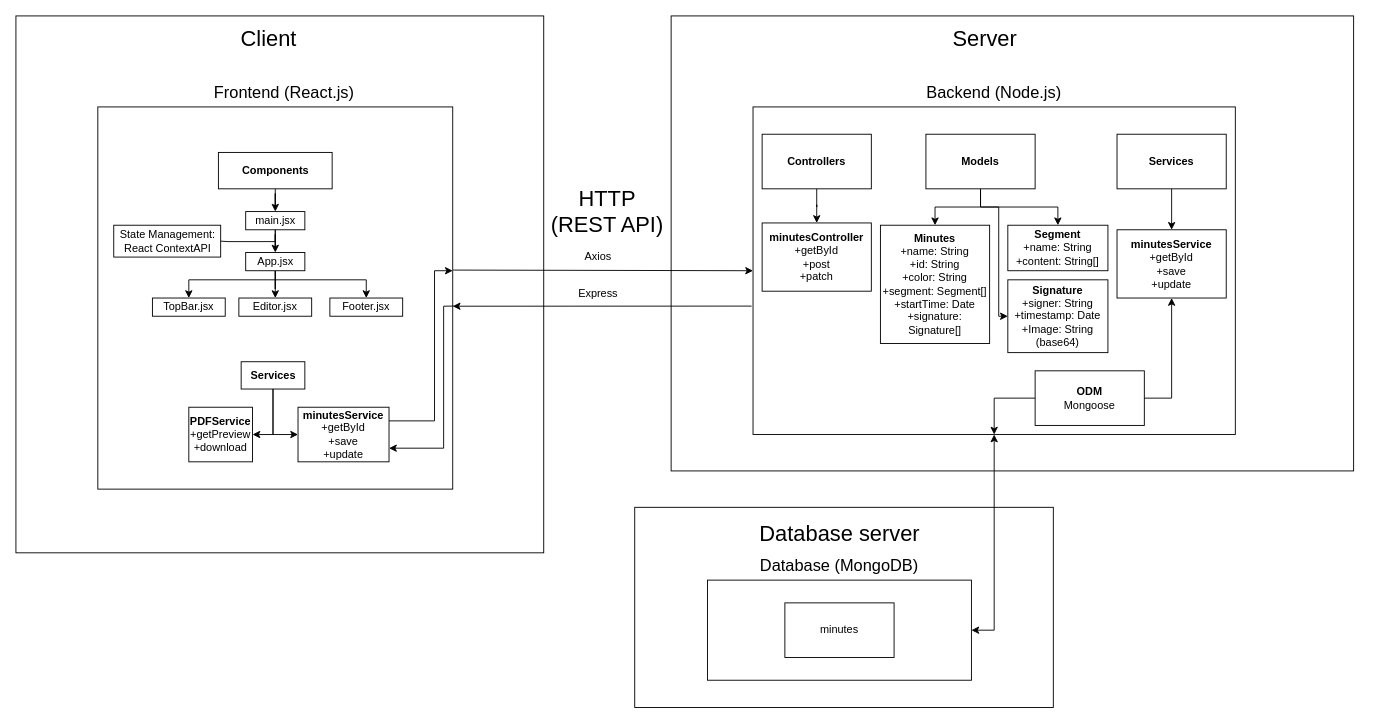
tablebook/tablebook keeps this draw.io diagram as documentation/table_book_architecture.drawio. Above is the earlier version. Source tidied: cells renumbered, new cells numbered last; positions are measured from the earlier drawing's top-left corner, leaving out a move shared by most shapes. Both pictures are drawn from the tidied source at 91%, with x=0, y=0 at pixel (15, 15).
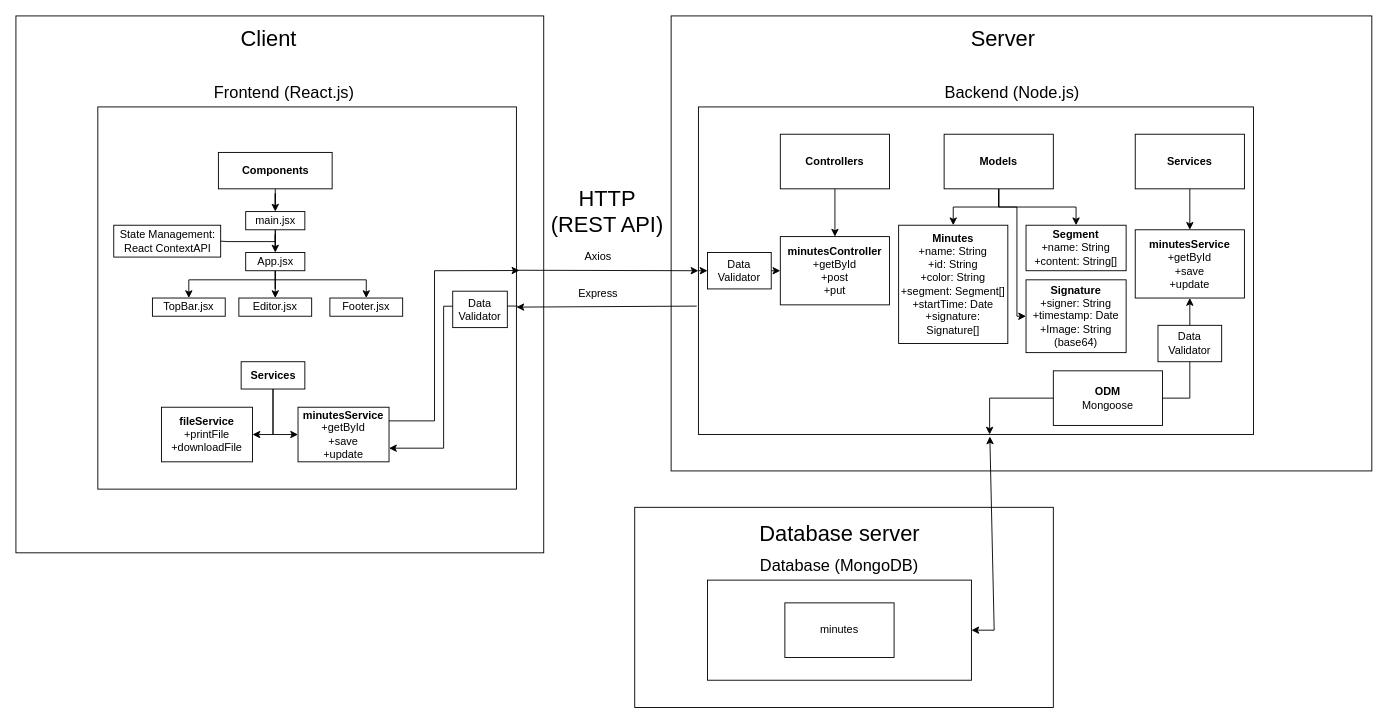
Above is the later version.

Commit message (it also covers changes not shown here):
Updated architecture chart and created a new image

The change refers to these unchanged cells:
```xml
<mxCell id="8" style="rounded=0;whiteSpace=wrap;html=1;" parent="1" vertex="1">
  <mxGeometry x="760" y="620" width="290" height="110" as="geometry" />
</mxCell>
<mxCell id="33" value="&lt;b&gt;minutesService&lt;br&gt;&lt;/b&gt;+getById&lt;br&gt;+save&lt;br&gt;+update" style="rounded=0;whiteSpace=wrap;html=1;" parent="1" vertex="1">
  <mxGeometry x="310" y="430" width="100" height="60" as="geometry" />
</mxCell>
```

Diff of the diagram source:
```diff
@@
     <mxCell id="3" style="rounded=0;whiteSpace=wrap;html=1;" parent="1" vertex="1">
-      <mxGeometry x="720" width="750" height="500" as="geometry" />
+      <mxGeometry x="720" width="770" height="500" as="geometry" />
     </mxCell>
@@
     <mxCell id="6" style="rounded=0;whiteSpace=wrap;html=1;" parent="1" vertex="1">
-      <mxGeometry x="90" y="100" width="390" height="420" as="geometry" />
+      <mxGeometry x="90" y="100" width="460" height="420" as="geometry" />
     </mxCell>
     <mxCell id="7" style="rounded=0;whiteSpace=wrap;html=1;" parent="1" vertex="1">
-      <mxGeometry x="810" y="100" width="530" height="360" as="geometry" />
+      <mxGeometry x="750" y="100" width="610" height="360" as="geometry" />
     </mxCell>
@@
     <mxCell id="10" value="Backend (Node.js)" style="text;html=1;strokeColor=none;fillColor=none;align=center;verticalAlign=middle;whiteSpace=wrap;rounded=0;fontSize=18;" parent="1" vertex="1">
-      <mxGeometry x="810" y="70" width="530" height="30" as="geometry" />
+      <mxGeometry x="830" y="70" width="530" height="30" as="geometry" />
     </mxCell>
@@
     <mxCell id="16" value="Controllers" style="rounded=0;whiteSpace=wrap;html=1;fontStyle=1;" parent="1" vertex="1">
-      <mxGeometry x="820" y="130" width="120" height="60" as="geometry" />
+      <mxGeometry x="840" y="130" width="120" height="60" as="geometry" />
     </mxCell>
@@
     <mxCell id="19" style="edgeStyle=orthogonalEdgeStyle;rounded=0;jettySize=auto;html=1;entryX=0;entryY=0.5;entryDx=0;entryDy=0;exitX=0.5;exitY=1;exitDx=0;exitDy=0;" parent="1" edge="1" source="20" target="51">
       <mxGeometry relative="1" as="geometry">
         <Array as="points">
-          <mxPoint x="1060" y="210" />
           <mxPoint x="1080" y="210" />
+          <mxPoint x="1100" y="210" />
         </Array>
       </mxGeometry>
     </mxCell>
     <mxCell id="20" value="Models" style="rounded=0;whiteSpace=wrap;html=1;fontStyle=1;" parent="1" vertex="1">
-      <mxGeometry x="1000" y="130" width="120" height="60" as="geometry" />
+      <mxGeometry x="1020" y="130" width="120" height="60" as="geometry" />
     </mxCell>
@@
     <mxCell id="22" value="Services" style="rounded=0;whiteSpace=wrap;html=1;fontStyle=1;" parent="1" vertex="1">
-      <mxGeometry x="1210" y="130" width="120" height="60" as="geometry" />
+      <mxGeometry x="1230" y="130" width="120" height="60" as="geometry" />
     </mxCell>
@@
     <mxCell id="24" style="endArrow=classic;html=1;rounded=0;exitX=-0.003;exitY=0.608;exitDx=0;exitDy=0;exitPerimeter=0;" parent="1" edge="1" source="7">
       <mxGeometry relative="1" as="geometry">
-        <mxPoint x="480" y="319" as="targetPoint" />
+        <mxPoint x="550" y="320" as="targetPoint" />
       </mxGeometry>
     </mxCell>
@@
-    <mxCell id="28" style="endArrow=classic;startArrow=classic;html=1;rounded=0;entryX=0.5;entryY=1;entryDx=0;entryDy=0;exitX=1;exitY=0.5;exitDx=0;exitDy=0;" parent="1" edge="1" source="8" target="7">
+    <mxCell id="28" style="endArrow=classic;startArrow=classic;html=1;rounded=0;exitX=1;exitY=0.5;exitDx=0;exitDy=0;entryX=0.525;entryY=1.006;entryDx=0;entryDy=0;entryPerimeter=0;" parent="1" edge="1" source="8" target="7">
       <mxGeometry relative="1" as="geometry">
         <Array as="points">
           <mxPoint x="1075" y="675" />
         </Array>
       </mxGeometry>
     </mxCell>
-    <mxCell id="29" value="&lt;b&gt;minutesController&lt;/b&gt;&lt;br&gt;+getById&lt;br&gt;+post&lt;br&gt;+patch" style="rounded=0;whiteSpace=wrap;html=1;" parent="1" vertex="1">
-      <mxGeometry x="820" y="227.5" width="120" height="75" as="geometry" />
+    <mxCell id="29" value="&lt;b&gt;minutesController&lt;/b&gt;&lt;br&gt;+getById&lt;br&gt;+post&lt;br&gt;+put" style="rounded=0;whiteSpace=wrap;html=1;" parent="1" vertex="1">
+      <mxGeometry x="840" y="242.5" width="120" height="75" as="geometry" />
     </mxCell>
     <mxCell id="30" value="&lt;b&gt;Minutes&lt;/b&gt;&lt;br&gt;+name: String&lt;br&gt;+id: String&lt;br&gt;+color: String&lt;br&gt;+segment: Segment[]&lt;br&gt;+startTime: Date&lt;br&gt;+signature: Signature[]" style="rounded=0;whiteSpace=wrap;html=1;" parent="1" vertex="1">
-      <mxGeometry x="950" y="230" width="120" height="130" as="geometry" />
+      <mxGeometry x="970" y="230" width="120" height="130" as="geometry" />
     </mxCell>
     <mxCell id="31" value="&lt;b&gt;minutesService&lt;/b&gt;&lt;br&gt;+getById&lt;br&gt;+save&lt;br&gt;+update" style="rounded=0;whiteSpace=wrap;html=1;" parent="1" vertex="1">
-      <mxGeometry x="1210" y="235" width="120" height="75" as="geometry" />
+      <mxGeometry x="1230" y="235" width="120" height="75" as="geometry" />
     </mxCell>
-    <mxCell id="32" value="&lt;b&gt;PDFService&lt;/b&gt;&lt;br&gt;+getPreview&lt;br&gt;+download" style="rounded=0;whiteSpace=wrap;html=1;" parent="1" vertex="1">
-      <mxGeometry x="190" y="430" width="70" height="60" as="geometry" />
+    <mxCell id="32" value="&lt;b&gt;fileService&lt;/b&gt;&lt;br&gt;+printFile&lt;br&gt;+downloadFile" style="rounded=0;whiteSpace=wrap;html=1;" parent="1" vertex="1">
+      <mxGeometry x="160" y="430" width="100" height="60" as="geometry" />
     </mxCell>
@@
-    <mxCell id="47" style="endArrow=classic;html=1;rounded=0;exitX=1;exitY=0.25;exitDx=0;exitDy=0;" parent="1" edge="1" source="33">
+    <mxCell id="47" style="endArrow=classic;html=1;rounded=0;exitX=1;exitY=0.25;exitDx=0;exitDy=0;entryX=1.007;entryY=0.428;entryDx=0;entryDy=0;entryPerimeter=0;" parent="1" edge="1" source="33" target="6">
       <mxGeometry relative="1" as="geometry">
-        <mxPoint x="480" y="280" as="targetPoint" />
         <Array as="points">
           <mxPoint x="460" y="445" />
           <mxPoint x="460" y="280" />
         </Array>
       </mxGeometry>
     </mxCell>
@@
-    <mxCell id="49" style="endArrow=classic;html=1;rounded=0;exitX=0.5;exitY=1;exitDx=0;exitDy=0;entryX=0.5;entryY=1;entryDx=0;entryDy=0;startArrow=classic;startFill=1;" parent="1" edge="1" source="31" target="7">
+    <mxCell id="49" style="endArrow=classic;html=1;rounded=0;exitX=0.5;exitY=1;exitDx=0;exitDy=0;startArrow=classic;startFill=1;" parent="1" edge="1" source="31">
       <mxGeometry relative="1" as="geometry">
+        <mxPoint x="1070" y="460" as="targetPoint" />
         <Array as="points">
-          <mxPoint x="1270" y="420" />
-          <mxPoint x="1170" y="420" />
-          <mxPoint x="1075" y="420" />
+          <mxPoint x="1290" y="420" />
+          <mxPoint x="1190" y="420" />
+          <mxPoint x="1070" y="420" />
         </Array>
       </mxGeometry>
     </mxCell>
     <mxCell id="50" value="&lt;b&gt;Segment&lt;/b&gt;&lt;br&gt;+name: String&lt;br&gt;+content: String[]" style="rounded=0;whiteSpace=wrap;html=1;" parent="1" vertex="1">
-      <mxGeometry x="1090" y="230" width="110" height="50" as="geometry" />
+      <mxGeometry x="1110" y="230" width="110" height="50" as="geometry" />
     </mxCell>
     <mxCell id="51" value="&lt;b&gt;Signature&lt;/b&gt;&lt;br&gt;+signer: String&lt;br&gt;+timestamp: Date&lt;br&gt;+Image: String (base64)" style="rounded=0;whiteSpace=wrap;html=1;" parent="1" vertex="1">
-      <mxGeometry x="1090" y="290" width="110" height="80" as="geometry" />
+      <mxGeometry x="1110" y="290" width="110" height="80" as="geometry" />
     </mxCell>
@@
     <mxCell id="53" value="&lt;span style=&quot;font-size: 24px;&quot;&gt;Server&lt;/span&gt;" style="text;html=1;strokeColor=none;fillColor=none;align=center;verticalAlign=middle;whiteSpace=wrap;rounded=0;" parent="1" vertex="1">
-      <mxGeometry x="1010" y="10" width="110" height="30" as="geometry" />
+      <mxGeometry x="1030" y="10" width="110" height="30" as="geometry" />
     </mxCell>
@@
     <mxCell id="55" value="&lt;b&gt;ODM&lt;/b&gt;&lt;br&gt;Mongoose" style="rounded=0;whiteSpace=wrap;html=1;" parent="1" vertex="1">
-      <mxGeometry x="1120" y="390" width="120" height="60" as="geometry" />
+      <mxGeometry x="1140" y="390" width="120" height="60" as="geometry" />
     </mxCell>
+    <mxCell id="56" value="Data Validator" style="rounded=0;whiteSpace=wrap;html=1;" parent="1" vertex="1">
+      <mxGeometry x="760" y="260" width="70" height="40" as="geometry" />
+    </mxCell>
+    <mxCell id="57" style="endArrow=classic;html=1;rounded=0;exitX=0;exitY=0.5;exitDx=0;exitDy=0;entryX=0;entryY=0.5;entryDx=0;entryDy=0;" parent="1" edge="1" source="7" target="56">
+      <mxGeometry relative="1" as="geometry" />
+    </mxCell>
+    <mxCell id="58" style="endArrow=classic;html=1;rounded=0;exitX=1;exitY=0.5;exitDx=0;exitDy=0;entryX=0;entryY=0.5;entryDx=0;entryDy=0;" parent="1" edge="1" source="56" target="29">
+      <mxGeometry relative="1" as="geometry" />
+    </mxCell>
+    <mxCell id="59" value="Data Validator" style="rounded=0;whiteSpace=wrap;html=1;" parent="1" vertex="1">
+      <mxGeometry x="480" y="302.5" width="60" height="40" as="geometry" />
+    </mxCell>
+    <mxCell id="60" value="Data Validator" style="rounded=0;whiteSpace=wrap;html=1;" parent="1" vertex="1">
+      <mxGeometry x="1255" y="340" width="70" height="40" as="geometry" />
+    </mxCell>
```
